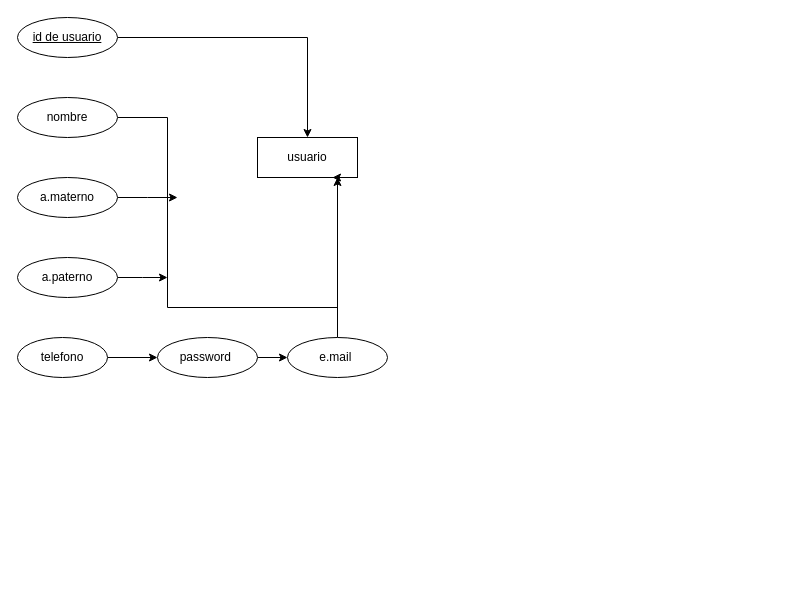
Above: Diagrama sin título.drawio in Francisco2801/construccionBDp (draw.io), before the change. Source tidied: cells renumbered, new cells numbered last; positions are measured from the earlier drawing's top-left corner, leaving out a move shared by most shapes. Both pictures are drawn from the tidied source at 100%, with x=0, y=0 at pixel (17, 17).
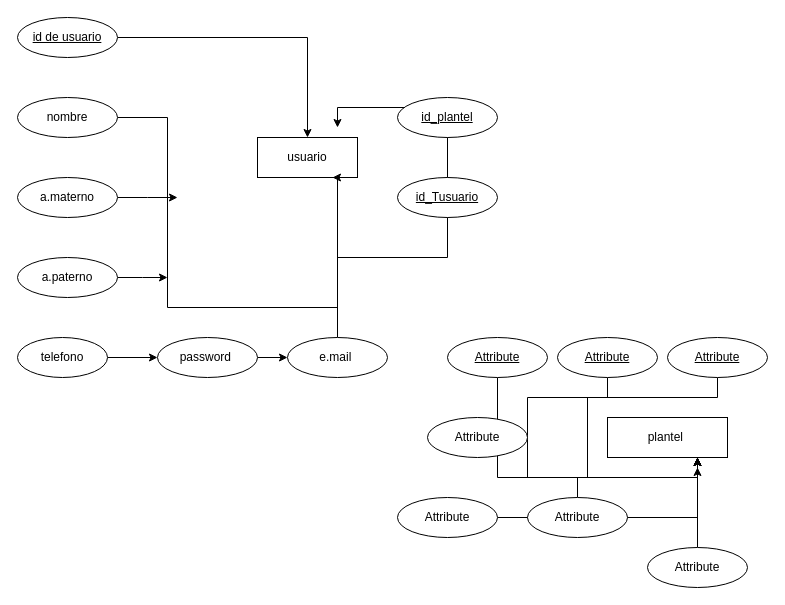
Above is the later version.

The change refers to these unchanged cells:
```xml
<mxCell id="14" value="e.mail&amp;nbsp;" style="ellipse;whiteSpace=wrap;html=1;align=center;" parent="1" vertex="1">
  <mxGeometry x="270" y="320" width="100" height="40" as="geometry" />
</mxCell>
```

Diff of the diagram source:
```diff
@@
     <mxCell id="13" style="edgeStyle=orthogonalEdgeStyle;rounded=0;jettySize=auto;html=1;" parent="1" edge="1" source="14">
       <mxGeometry relative="1" as="geometry">
-        <mxPoint x="320" y="160" as="targetPoint" />
+        <mxPoint x="320" y="110" as="targetPoint" />
+        <Array as="points">
+          <mxPoint x="320" y="240" />
+          <mxPoint x="430" y="240" />
+          <mxPoint x="430" y="90" />
+          <mxPoint x="320" y="90" />
+        </Array>
       </mxGeometry>
     </mxCell>
@@
+    <mxCell id="17" value="plantel&amp;nbsp;" style="whiteSpace=wrap;html=1;align=center;" parent="1" vertex="1">
+      <mxGeometry x="590" y="400" width="120" height="40" as="geometry" />
+    </mxCell>
+    <mxCell id="18" value="id_Tusuario" style="ellipse;whiteSpace=wrap;html=1;align=center;fontStyle=4;" parent="1" vertex="1">
+      <mxGeometry x="380" y="160" width="100" height="40" as="geometry" />
+    </mxCell>
+    <mxCell id="19" value="id_plantel" style="ellipse;whiteSpace=wrap;html=1;align=center;fontStyle=4;" parent="1" vertex="1">
+      <mxGeometry x="380" y="80" width="100" height="40" as="geometry" />
+    </mxCell>
+    <mxCell id="20" style="edgeStyle=orthogonalEdgeStyle;rounded=0;jettySize=auto;html=1;exitX=0.5;exitY=1;exitDx=0;exitDy=0;" parent="1" edge="1" source="21">
+      <mxGeometry relative="1" as="geometry">
+        <mxPoint x="680" y="450" as="targetPoint" />
+        <Array as="points">
+          <mxPoint x="480" y="460" />
+          <mxPoint x="680" y="460" />
+        </Array>
+      </mxGeometry>
+    </mxCell>
+    <mxCell id="21" value="Attribute" style="ellipse;whiteSpace=wrap;html=1;align=center;fontStyle=4;" parent="1" vertex="1">
+      <mxGeometry x="430" y="320" width="100" height="40" as="geometry" />
+    </mxCell>
+    <mxCell id="22" style="edgeStyle=orthogonalEdgeStyle;rounded=0;jettySize=auto;html=1;entryX=0.75;entryY=1;entryDx=0;entryDy=0;" parent="1" edge="1" source="23" target="17">
+      <mxGeometry relative="1" as="geometry" />
+    </mxCell>
+    <mxCell id="23" value="Attribute" style="ellipse;whiteSpace=wrap;html=1;align=center;fontStyle=4;" parent="1" vertex="1">
+      <mxGeometry x="540" y="320" width="100" height="40" as="geometry" />
+    </mxCell>
+    <mxCell id="24" style="edgeStyle=orthogonalEdgeStyle;rounded=0;jettySize=auto;html=1;" parent="1" edge="1" source="25" target="17">
+      <mxGeometry relative="1" as="geometry">
+        <Array as="points">
+          <mxPoint x="700" y="380" />
+          <mxPoint x="510" y="380" />
+          <mxPoint x="510" y="460" />
+          <mxPoint x="680" y="460" />
+        </Array>
+      </mxGeometry>
+    </mxCell>
+    <mxCell id="25" value="Attribute" style="ellipse;whiteSpace=wrap;html=1;align=center;fontStyle=4;" parent="1" vertex="1">
+      <mxGeometry x="650" y="320" width="100" height="40" as="geometry" />
+    </mxCell>
+    <mxCell id="26" value="Attribute" style="ellipse;whiteSpace=wrap;html=1;align=center;rotation=0;" parent="1" vertex="1">
+      <mxGeometry x="410" y="400" width="100" height="40" as="geometry" />
+    </mxCell>
+    <mxCell id="27" style="edgeStyle=orthogonalEdgeStyle;rounded=0;jettySize=auto;html=1;exitX=0.5;exitY=0;exitDx=0;exitDy=0;entryX=0.75;entryY=1;entryDx=0;entryDy=0;" parent="1" edge="1" source="28" target="17">
+      <mxGeometry relative="1" as="geometry" />
+    </mxCell>
+    <mxCell id="28" value="Attribute" style="ellipse;whiteSpace=wrap;html=1;align=center;" parent="1" vertex="1">
+      <mxGeometry x="630" y="530" width="100" height="40" as="geometry" />
+    </mxCell>
+    <mxCell id="29" style="edgeStyle=orthogonalEdgeStyle;rounded=0;jettySize=auto;html=1;entryX=0.75;entryY=1;entryDx=0;entryDy=0;" parent="1" edge="1" source="30" target="17">
+      <mxGeometry relative="1" as="geometry" />
+    </mxCell>
+    <mxCell id="30" value="Attribute" style="ellipse;whiteSpace=wrap;html=1;align=center;" parent="1" vertex="1">
+      <mxGeometry x="380" y="480" width="100" height="40" as="geometry" />
+    </mxCell>
+    <mxCell id="31" style="edgeStyle=orthogonalEdgeStyle;rounded=0;jettySize=auto;html=1;entryX=0.75;entryY=1;entryDx=0;entryDy=0;" parent="1" edge="1" source="32" target="17">
+      <mxGeometry relative="1" as="geometry" />
+    </mxCell>
+    <mxCell id="32" value="Attribute" style="ellipse;whiteSpace=wrap;html=1;align=center;" parent="1" vertex="1">
+      <mxGeometry x="510" y="480" width="100" height="40" as="geometry" />
+    </mxCell>
```
